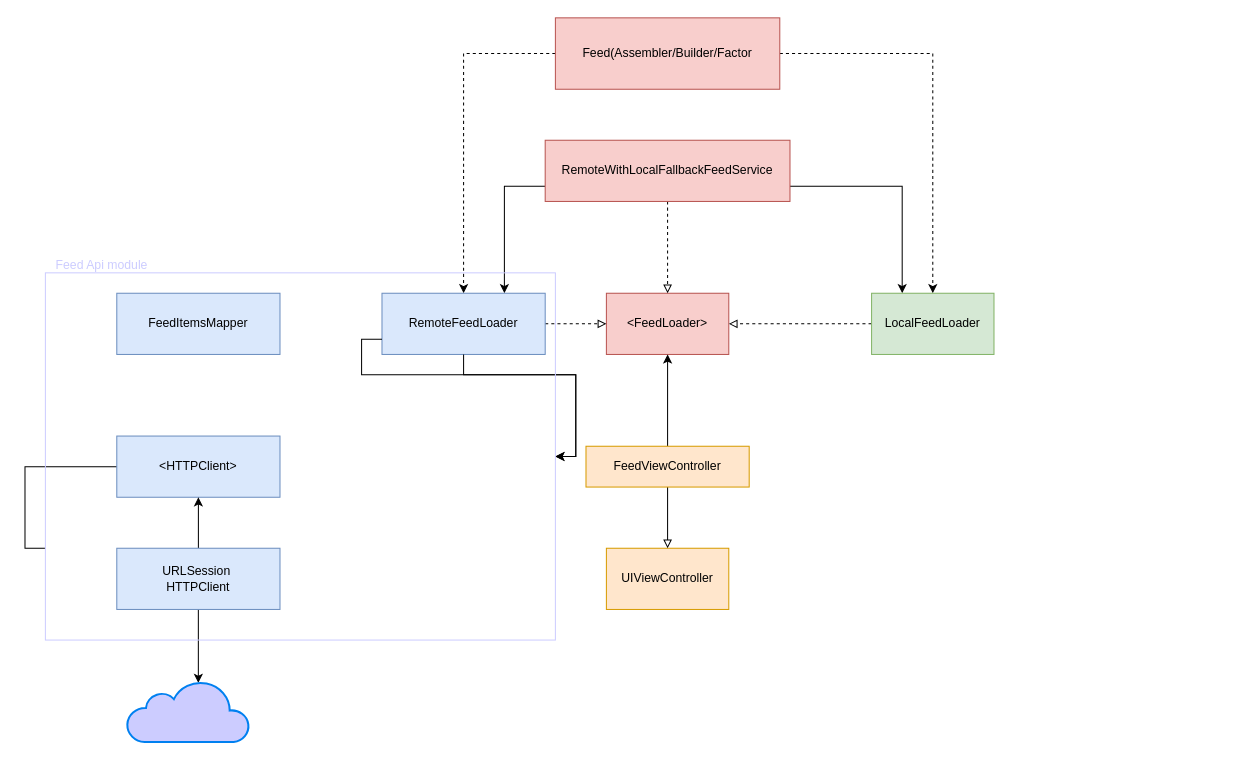
This is Diagrams/Feed Module Diagram.drawio from Galih94/EssentialFeed, a draw.io file, before an edit. Source tidied: cells renumbered, new cells numbered last; positions are measured from the earlier drawing's top-left corner, leaving out a move shared by most shapes. Both pictures are drawn from the tidied source at 102%, with x=0, y=0 at pixel (45, 17).
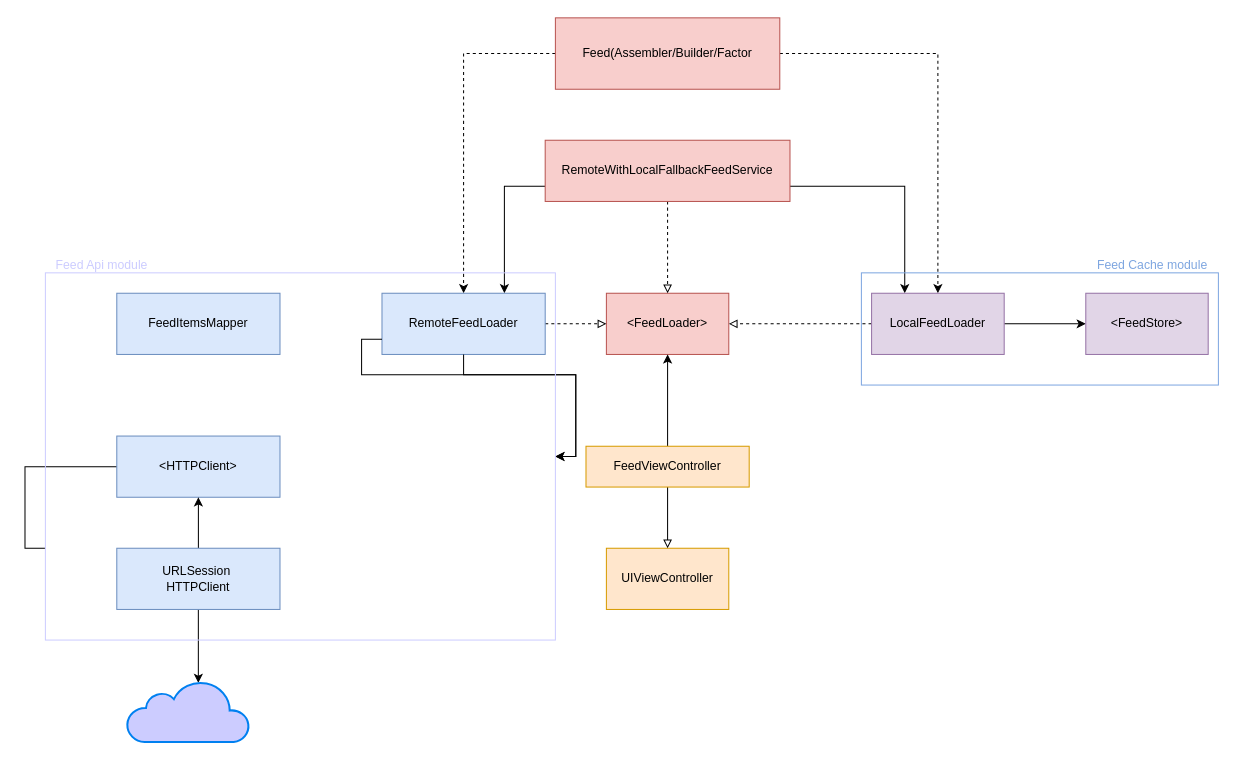
Above is the later version.

Commit message (it also covers changes not shown here):
feat(Diagram): update diagram add local module

The edit, as a diff of the source:
```diff
@@
+    <mxCell id="29" style="edgeStyle=orthogonalEdgeStyle;rounded=0;jettySize=auto;html=1;entryX=0;entryY=0.5;entryDx=0;entryDy=0;" parent="1" edge="1" source="14" target="30">
+      <mxGeometry relative="1" as="geometry" />
+    </mxCell>
-    <mxCell id="14" value="LocalFeedLoader" style="rounded=0;whiteSpace=wrap;html=1;fillColor=#d5e8d4;strokeColor=#82b366;" parent="1" vertex="1">
-      <mxGeometry x="810" y="270" width="120" height="60" as="geometry" />
+    <mxCell id="14" value="LocalFeedLoader" style="rounded=0;whiteSpace=wrap;html=1;fillColor=#e1d5e7;strokeColor=#9673a6;" parent="1" vertex="1">
+      <mxGeometry x="810" y="270" width="130" height="60" as="geometry" />
     </mxCell>
@@
+    <mxCell id="30" value="&amp;lt;FeedStore&amp;gt;" style="rounded=0;whiteSpace=wrap;html=1;fillColor=#e1d5e7;strokeColor=#9673a6;" parent="1" vertex="1">
+      <mxGeometry x="1020" y="270" width="120" height="60" as="geometry" />
+    </mxCell>
+    <mxCell id="31" style="rounded=0;whiteSpace=wrap;html=1;fillColor=none;strokeColor=#7EA6E0;" parent="1" vertex="1">
+      <mxGeometry x="800" y="250" width="350" height="110" as="geometry" />
+    </mxCell>
+    <mxCell id="32" value="&lt;font&gt;Feed Cache module&lt;/font&gt;" style="text;html=1;align=center;verticalAlign=middle;strokeColor=none;fillColor=none;fontColor=#7EA6E0;" parent="1" vertex="1">
+      <mxGeometry x="1020" y="228" width="130" height="30" as="geometry" />
+    </mxCell>
```
